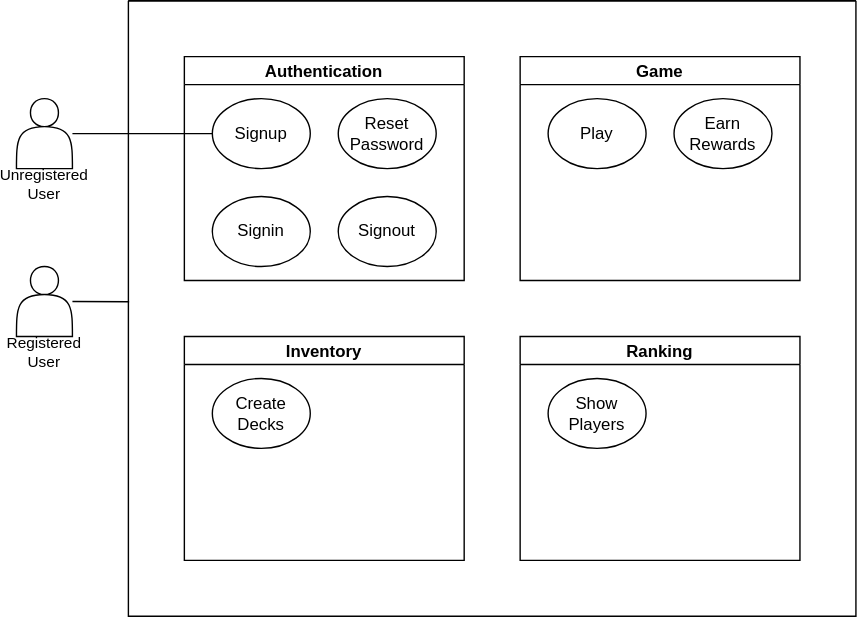
i3ene/decksterous keeps this draw.io diagram as use_case_diagram.drawio.svg. Above is the earlier version. Source tidied: cells renumbered, new cells last; positions are measured from the earlier drawing's top-left corner, leaving out a move shared by most shapes.
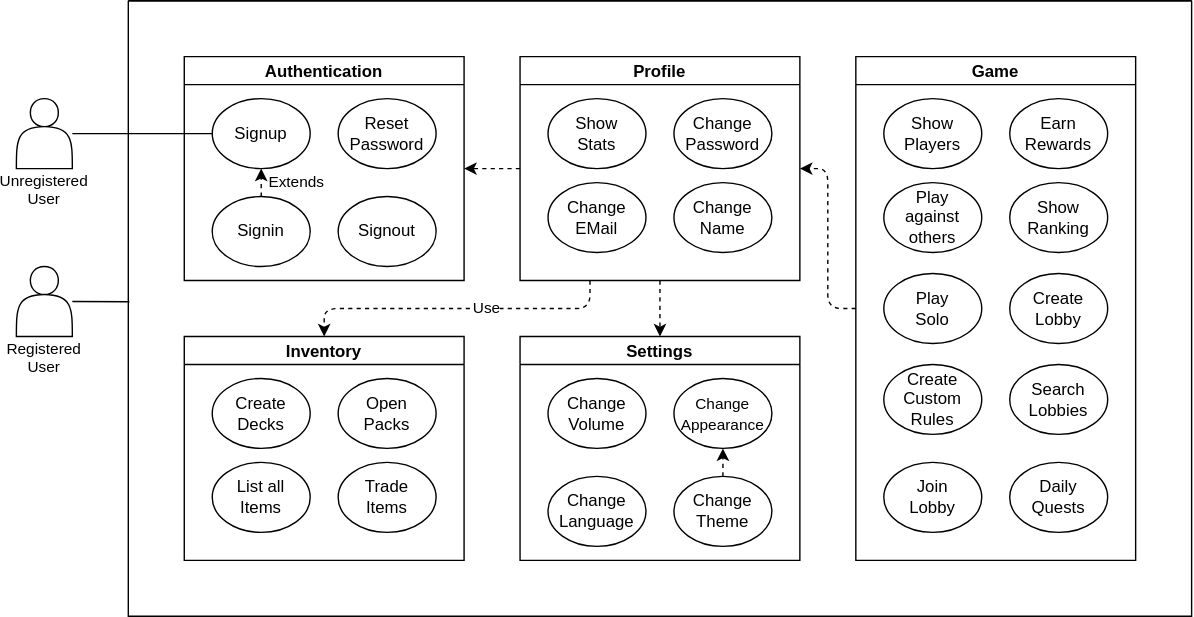
After the change.

Commit message:
Adjusted UCD

The edit, as a diff of the source:
```diff
@@ -5,30 +5,51 @@
     <mxCell id="2" style="edgeStyle=none;html=1;endArrow=none;endFill=0;entryX=0.001;entryY=0.489;entryDx=0;entryDy=0;entryPerimeter=0;" parent="1" edge="1" source="3" target="6">
       <mxGeometry relative="1" as="geometry" />
     </mxCell>
-    <mxCell id="3" value="Registered&lt;br style=&quot;font-size: 11px;&quot;&gt;User" style="shape=actor;whiteSpace=wrap;html=1;spacingTop=42;verticalAlign=top;fontSize=11;" parent="1" vertex="1">
+    <mxCell id="3" value="Registered&lt;br style=&quot;font-size: 11px;&quot;&gt;User" style="shape=actor;whiteSpace=wrap;html=1;spacingTop=46;verticalAlign=top;fontSize=11;" parent="1" vertex="1">
       <mxGeometry y="190" width="40" height="50" as="geometry" />
     </mxCell>
-    <mxCell id="4" value="Unregistered&lt;br style=&quot;font-size: 11px;&quot;&gt;User" style="shape=actor;whiteSpace=wrap;html=1;spacingTop=42;verticalAlign=top;fontSize=11;" parent="1" vertex="1">
+    <mxCell id="4" value="Unregistered&lt;br style=&quot;font-size: 11px;&quot;&gt;User" style="shape=actor;whiteSpace=wrap;html=1;spacingTop=46;verticalAlign=top;fontSize=11;" parent="1" vertex="1">
       <mxGeometry y="70" width="40" height="50" as="geometry" />
     </mxCell>
     <mxCell id="5" style="edgeStyle=none;html=1;exitX=0;exitY=0.5;exitDx=0;exitDy=0;endArrow=none;endFill=0;" parent="1" edge="1" source="12" target="4">
       <mxGeometry relative="1" as="geometry" />
     </mxCell>
     <mxCell id="6" style="swimlane;startSize=0;" parent="1" vertex="1">
-      <mxGeometry x="80" width="520" height="440" as="geometry" />
+      <mxGeometry x="80" width="760" height="440" as="geometry" />
     </mxCell>
-    <mxCell id="7" value="Ranking" style="swimlane;startSize=20;" parent="6" vertex="1">
+    <mxCell id="7" value="Settings" style="swimlane;startSize=20;" parent="6" vertex="1">
       <mxGeometry x="280" y="240" width="200" height="160" as="geometry" />
     </mxCell>
-    <mxCell id="8" value="Show Players" style="ellipse;whiteSpace=wrap;html=1;" parent="7" vertex="1">
-      <mxGeometry x="20" y="30" width="70" height="50" as="geometry" />
-    </mxCell>
+    <mxCell id="19" value="Change&lt;br&gt;Volume" style="ellipse;whiteSpace=wrap;html=1;" parent="7" vertex="1">
+      <mxGeometry x="20" y="30" width="70" height="50" as="geometry" />
+    </mxCell>
+    <mxCell id="20" style="edgeStyle=orthogonalEdgeStyle;html=1;exitX=0.5;exitY=0;exitDx=0;exitDy=0;entryX=0.5;entryY=1;entryDx=0;entryDy=0;dashed=1;strokeWidth=1;" parent="7" edge="1" source="21" target="22">
+      <mxGeometry relative="1" as="geometry" />
+    </mxCell>
+    <mxCell id="21" value="Change&lt;br&gt;Theme" style="ellipse;whiteSpace=wrap;html=1;" parent="7" vertex="1">
+      <mxGeometry x="110" y="100" width="70" height="50" as="geometry" />
+    </mxCell>
+    <mxCell id="22" value="&lt;font style=&quot;font-size: 11px&quot;&gt;Change&lt;br&gt;Appearance&lt;/font&gt;" style="ellipse;whiteSpace=wrap;html=1;" parent="7" vertex="1">
+      <mxGeometry x="110" y="30" width="70" height="50" as="geometry" />
+    </mxCell>
+    <mxCell id="23" value="Change&lt;br&gt;Language" style="ellipse;whiteSpace=wrap;html=1;" parent="7" vertex="1">
+      <mxGeometry x="20" y="100" width="70" height="50" as="geometry" />
+    </mxCell>
     <mxCell id="9" value="Inventory" style="swimlane;startSize=20;" parent="6" vertex="1">
       <mxGeometry x="40" y="240" width="200" height="160" as="geometry" />
     </mxCell>
     <mxCell id="10" value="Create Decks" style="ellipse;whiteSpace=wrap;html=1;" parent="9" vertex="1">
       <mxGeometry x="20" y="30" width="70" height="50" as="geometry" />
     </mxCell>
+    <mxCell id="24" value="Open&lt;br&gt;Packs" style="ellipse;whiteSpace=wrap;html=1;" parent="9" vertex="1">
+      <mxGeometry x="110" y="30" width="70" height="50" as="geometry" />
+    </mxCell>
+    <mxCell id="25" value="List all&lt;br&gt;Items" style="ellipse;whiteSpace=wrap;html=1;" parent="9" vertex="1">
+      <mxGeometry x="20" y="90" width="70" height="50" as="geometry" />
+    </mxCell>
+    <mxCell id="26" value="Trade&lt;br&gt;Items" style="ellipse;whiteSpace=wrap;html=1;" parent="9" vertex="1">
+      <mxGeometry x="110" y="90" width="70" height="50" as="geometry" />
+    </mxCell>
     <mxCell id="11" value="Authentication" style="swimlane;startSize=20;" parent="6" vertex="1">
       <mxGeometry x="40" y="40" width="200" height="160" as="geometry" />
     </mxCell>
@@ -38,20 +59,79 @@
     <mxCell id="13" value="Reset Password" style="ellipse;whiteSpace=wrap;html=1;" parent="11" vertex="1">
       <mxGeometry x="110" y="30" width="70" height="50" as="geometry" />
     </mxCell>
+    <mxCell id="27" value="Extends" style="edgeStyle=orthogonalEdgeStyle;html=1;dashed=1;strokeWidth=1;" parent="11" edge="1" source="14" target="12">
+      <mxGeometry y="-25" relative="1" as="geometry" />
+    </mxCell>
     <mxCell id="14" value="Signin" style="ellipse;whiteSpace=wrap;html=1;" parent="11" vertex="1">
       <mxGeometry x="20" y="100" width="70" height="50" as="geometry" />
     </mxCell>
     <mxCell id="15" value="Signout" style="ellipse;whiteSpace=wrap;html=1;" parent="11" vertex="1">
       <mxGeometry x="110" y="100" width="70" height="50" as="geometry" />
     </mxCell>
+    <mxCell id="28" style="edgeStyle=orthogonalEdgeStyle;html=1;exitX=0;exitY=0.5;exitDx=0;exitDy=0;entryX=1;entryY=0.5;entryDx=0;entryDy=0;dashed=1;strokeWidth=1;" parent="6" edge="1" source="16" target="40">
+      <mxGeometry relative="1" as="geometry" />
+    </mxCell>
     <mxCell id="16" value="Game" style="swimlane;startSize=20;" parent="6" vertex="1">
-      <mxGeometry x="280" y="40" width="200" height="160" as="geometry" />
+      <mxGeometry x="520" y="40" width="200" height="360" as="geometry" />
     </mxCell>
-    <mxCell id="17" value="Play" style="ellipse;whiteSpace=wrap;html=1;" parent="16" vertex="1">
-      <mxGeometry x="20" y="30" width="70" height="50" as="geometry" />
+    <mxCell id="17" value="Play &lt;br&gt;against&lt;br&gt;others" style="ellipse;whiteSpace=wrap;html=1;" parent="16" vertex="1">
+      <mxGeometry x="20" y="90" width="70" height="50" as="geometry" />
     </mxCell>
     <mxCell id="18" value="Earn Rewards" style="ellipse;whiteSpace=wrap;html=1;" parent="16" vertex="1">
       <mxGeometry x="110" y="30" width="70" height="50" as="geometry" />
     </mxCell>
+    <mxCell id="8" value="Show Players" style="ellipse;whiteSpace=wrap;html=1;" parent="16" vertex="1">
+      <mxGeometry x="20" y="30" width="70" height="50" as="geometry" />
+    </mxCell>
+    <mxCell id="29" value="Show&lt;br&gt;Ranking" style="ellipse;whiteSpace=wrap;html=1;" parent="16" vertex="1">
+      <mxGeometry x="110" y="90" width="70" height="50" as="geometry" />
+    </mxCell>
+    <mxCell id="30" value="Play&lt;br&gt;Solo" style="ellipse;whiteSpace=wrap;html=1;" parent="16" vertex="1">
+      <mxGeometry x="20" y="155" width="70" height="50" as="geometry" />
+    </mxCell>
+    <mxCell id="31" value="Create&lt;br&gt;Lobby" style="ellipse;whiteSpace=wrap;html=1;" parent="16" vertex="1">
+      <mxGeometry x="110" y="155" width="70" height="50" as="geometry" />
+    </mxCell>
+    <mxCell id="32" value="Create&lt;br&gt;Custom Rules" style="ellipse;whiteSpace=wrap;html=1;" parent="16" vertex="1">
+      <mxGeometry x="20" y="220" width="70" height="50" as="geometry" />
+    </mxCell>
+    <mxCell id="33" value="Search&lt;br&gt;Lobbies" style="ellipse;whiteSpace=wrap;html=1;" parent="16" vertex="1">
+      <mxGeometry x="110" y="220" width="70" height="50" as="geometry" />
+    </mxCell>
+    <mxCell id="34" value="Join&lt;br&gt;Lobby" style="ellipse;whiteSpace=wrap;html=1;" parent="16" vertex="1">
+      <mxGeometry x="20" y="290" width="70" height="50" as="geometry" />
+    </mxCell>
+    <mxCell id="35" value="Daily&lt;br&gt;Quests" style="ellipse;whiteSpace=wrap;html=1;" parent="16" vertex="1">
+      <mxGeometry x="110" y="290" width="70" height="50" as="geometry" />
+    </mxCell>
+    <mxCell id="36" style="edgeStyle=orthogonalEdgeStyle;html=1;exitX=0.25;exitY=1;exitDx=0;exitDy=0;entryX=0.5;entryY=0;entryDx=0;entryDy=0;dashed=1;strokeWidth=1;" parent="6" edge="1" source="40" target="9">
+      <mxGeometry relative="1" as="geometry" />
+    </mxCell>
+    <mxCell id="37" value="Use" style="edgeLabel;html=1;align=center;verticalAlign=middle;" parent="36" vertex="1">
+      <mxGeometry x="-0.18" y="-3" relative="1" as="geometry">
+        <mxPoint y="3" as="offset" />
+      </mxGeometry>
+    </mxCell>
+    <mxCell id="38" style="edgeStyle=orthogonalEdgeStyle;html=1;exitX=0;exitY=0.5;exitDx=0;exitDy=0;entryX=1;entryY=0.5;entryDx=0;entryDy=0;dashed=1;strokeWidth=1;" parent="6" edge="1" source="40" target="11">
+      <mxGeometry relative="1" as="geometry" />
+    </mxCell>
+    <mxCell id="39" style="edgeStyle=orthogonalEdgeStyle;html=1;exitX=0.5;exitY=1;exitDx=0;exitDy=0;entryX=0.5;entryY=0;entryDx=0;entryDy=0;dashed=1;strokeWidth=1;" parent="6" edge="1" source="40" target="7">
+      <mxGeometry relative="1" as="geometry" />
+    </mxCell>
+    <mxCell id="40" value="Profile" style="swimlane;startSize=20;" parent="6" vertex="1">
+      <mxGeometry x="280" y="40" width="200" height="160" as="geometry" />
+    </mxCell>
+    <mxCell id="41" value="Show&lt;br&gt;Stats" style="ellipse;whiteSpace=wrap;html=1;" parent="40" vertex="1">
+      <mxGeometry x="20" y="30" width="70" height="50" as="geometry" />
+    </mxCell>
+    <mxCell id="42" value="Change&lt;br&gt;Password" style="ellipse;whiteSpace=wrap;html=1;" parent="40" vertex="1">
+      <mxGeometry x="110" y="30" width="70" height="50" as="geometry" />
+    </mxCell>
+    <mxCell id="43" value="Change&lt;br&gt;EMail" style="ellipse;whiteSpace=wrap;html=1;" parent="40" vertex="1">
+      <mxGeometry x="20" y="90" width="70" height="50" as="geometry" />
+    </mxCell>
+    <mxCell id="44" value="Change&lt;br&gt;Name" style="ellipse;whiteSpace=wrap;html=1;" parent="40" vertex="1">
+      <mxGeometry x="110" y="90" width="70" height="50" as="geometry" />
+    </mxCell>
   </root>
 </mxGraphModel>
```
